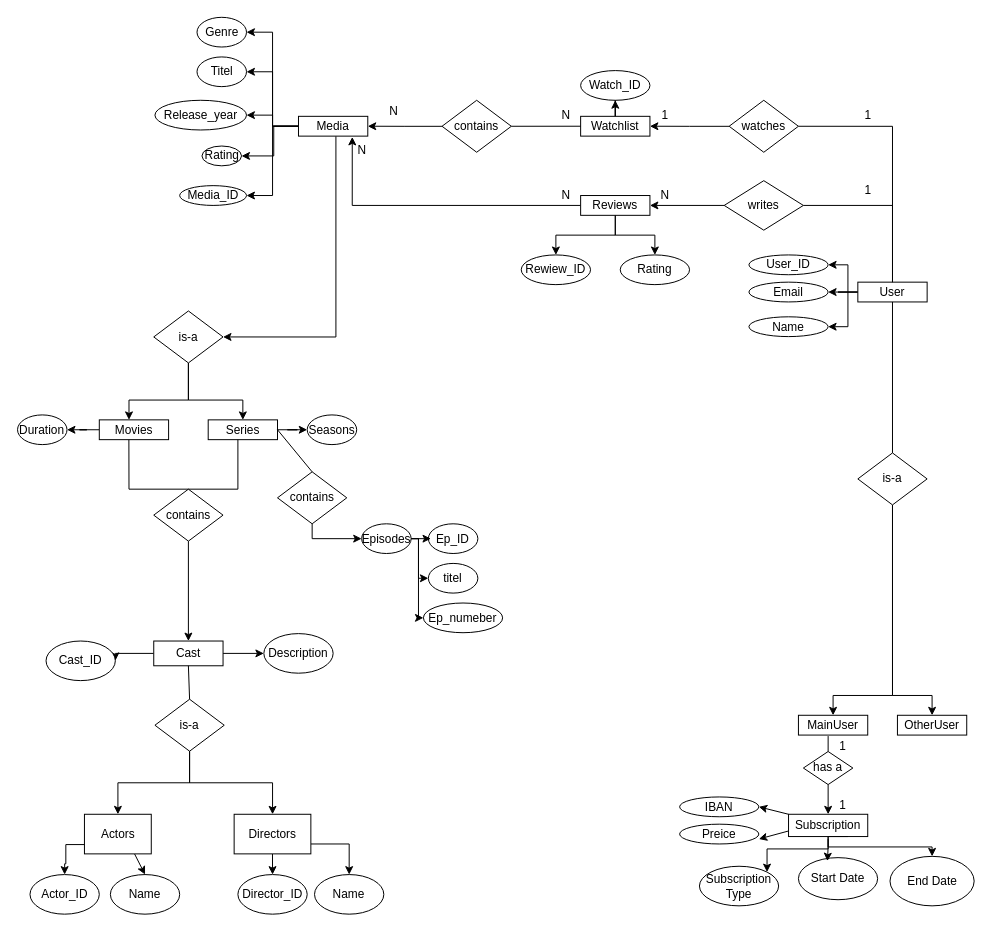
Above: draw_io/ER.drawio in KevinGarrison/DataEngineeringProjects (draw.io), before the change. Source tidied: cells renumbered, new cells numbered last; positions are measured from the earlier drawing's top-left corner, leaving out a move shared by most shapes. Both pictures are drawn from the tidied source at 99%, with x=0, y=0 at pixel (17, 17).
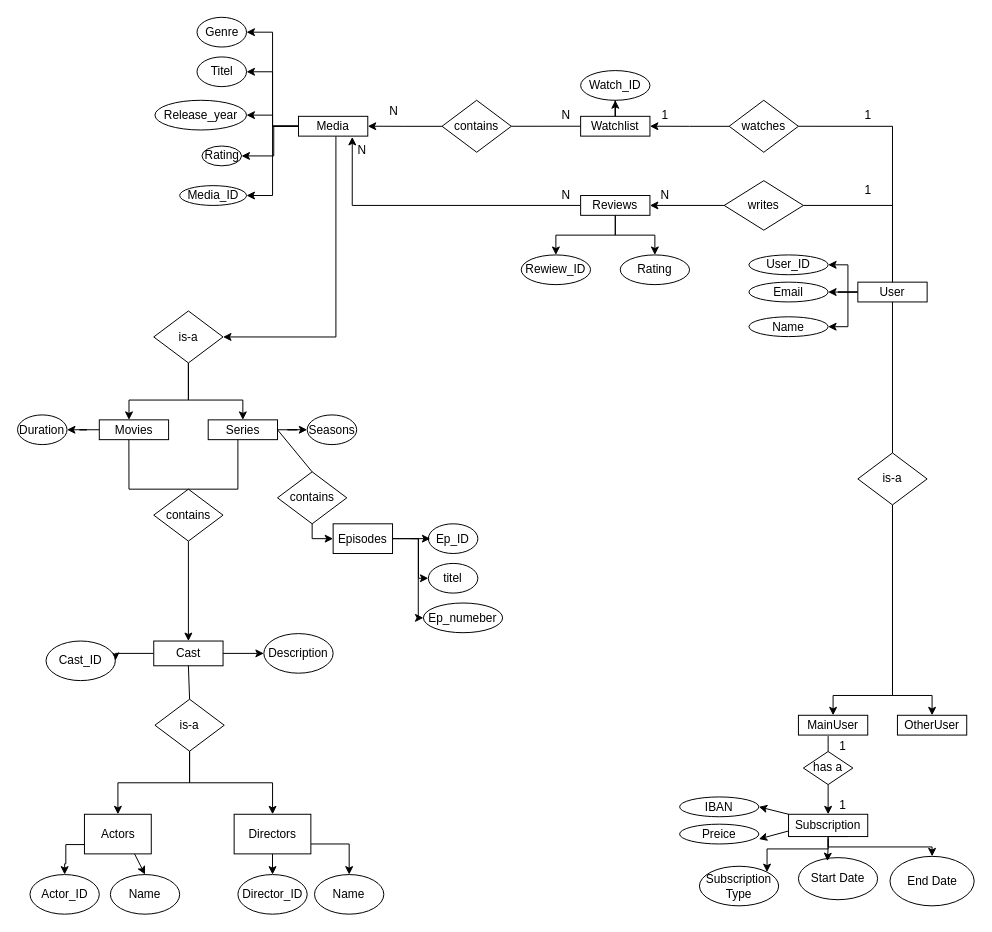
The same diagram, later.

The change refers to these unchanged cells:
```xml
<mxCell id="59" value="Ep_ID" style="ellipse;whiteSpace=wrap;html=1;" parent="1" vertex="1">
  <mxGeometry x="415.2" y="511.6" width="50" height="30" as="geometry" />
</mxCell>
<mxCell id="60" value="titel" style="ellipse;whiteSpace=wrap;html=1;" parent="1" vertex="1">
  <mxGeometry x="415.2" y="551.6" width="50" height="30" as="geometry" />
</mxCell>
<mxCell id="61" value="Ep_numeber" style="ellipse;whiteSpace=wrap;html=1;" parent="1" vertex="1">
  <mxGeometry x="410.2" y="591.6" width="80" height="30" as="geometry" />
</mxCell>
<mxCell id="64" value="contains" style="rhombus;whiteSpace=wrap;html=1;" parent="1" vertex="1">
  <mxGeometry x="262.8" y="459.1" width="70" height="52.5" as="geometry" />
</mxCell>
```

Change to the diagram source:
```diff
@@
-    <mxCell id="19" style="edgeStyle=orthogonalEdgeStyle;rounded=0;jettySize=auto;html=1;entryX=0;entryY=0.5;entryDx=0;entryDy=0;" parent="1" edge="1" source="21" target="60">
+    <mxCell id="19" style="edgeStyle=orthogonalEdgeStyle;rounded=0;jettySize=auto;html=1;entryX=0;entryY=0.5;entryDx=0;entryDy=0;" parent="1" edge="1" target="60">
       <mxGeometry relative="1" as="geometry">
+        <mxPoint x="397.7" y="526.6" as="sourcePoint" />
         <Array as="points">
           <mxPoint x="405.2" y="526.6" />
           <mxPoint x="405.2" y="566.6" />
         </Array>
       </mxGeometry>
     </mxCell>
-    <mxCell id="20" style="edgeStyle=orthogonalEdgeStyle;rounded=0;jettySize=auto;html=1;entryX=0;entryY=0.5;entryDx=0;entryDy=0;" parent="1" edge="1" source="21" target="61">
+    <mxCell id="20" style="edgeStyle=orthogonalEdgeStyle;rounded=0;jettySize=auto;html=1;entryX=0;entryY=0.5;entryDx=0;entryDy=0;exitX=1;exitY=0.5;exitDx=0;exitDy=0;" parent="1" edge="1" source="21" target="61">
       <mxGeometry relative="1" as="geometry">
         <Array as="points">
-          <mxPoint x="405.2" y="526.6" />
+          <mxPoint x="405" y="527" />
+          <mxPoint x="405" y="607" />
         </Array>
       </mxGeometry>
     </mxCell>
-    <mxCell id="21" value="Episodes" style="ellipse;whiteSpace=wrap;html=1;" parent="1" vertex="1">
-      <mxGeometry x="347.8" y="511.6" width="50" height="30" as="geometry" />
-    </mxCell>
@@
-    <mxCell id="62" style="edgeStyle=orthogonalEdgeStyle;rounded=0;jettySize=auto;html=1;entryX=0.04;entryY=0.515;entryDx=0;entryDy=0;entryPerimeter=0;" parent="1" edge="1" source="21" target="59">
+    <mxCell id="62" style="edgeStyle=orthogonalEdgeStyle;rounded=0;jettySize=auto;html=1;entryX=0.04;entryY=0.515;entryDx=0;entryDy=0;entryPerimeter=0;exitX=1;exitY=0.5;exitDx=0;exitDy=0;" parent="1" edge="1" source="21" target="59">
       <mxGeometry relative="1" as="geometry" />
     </mxCell>
     <mxCell id="63" style="edgeStyle=orthogonalEdgeStyle;rounded=0;jettySize=auto;html=1;entryX=0;entryY=0.5;entryDx=0;entryDy=0;" parent="1" edge="1" source="64" target="21">
       <mxGeometry relative="1" as="geometry">
         <Array as="points">
-          <mxPoint x="298.2" y="526.6" />
+          <mxPoint x="298" y="527" />
         </Array>
       </mxGeometry>
     </mxCell>
@@
+    <mxCell id="21" value="Episodes" style="rounded=0;whiteSpace=wrap;html=1;" parent="1" vertex="1">
+      <mxGeometry x="319" y="511.6" width="60" height="30" as="geometry" />
+    </mxCell>
```
